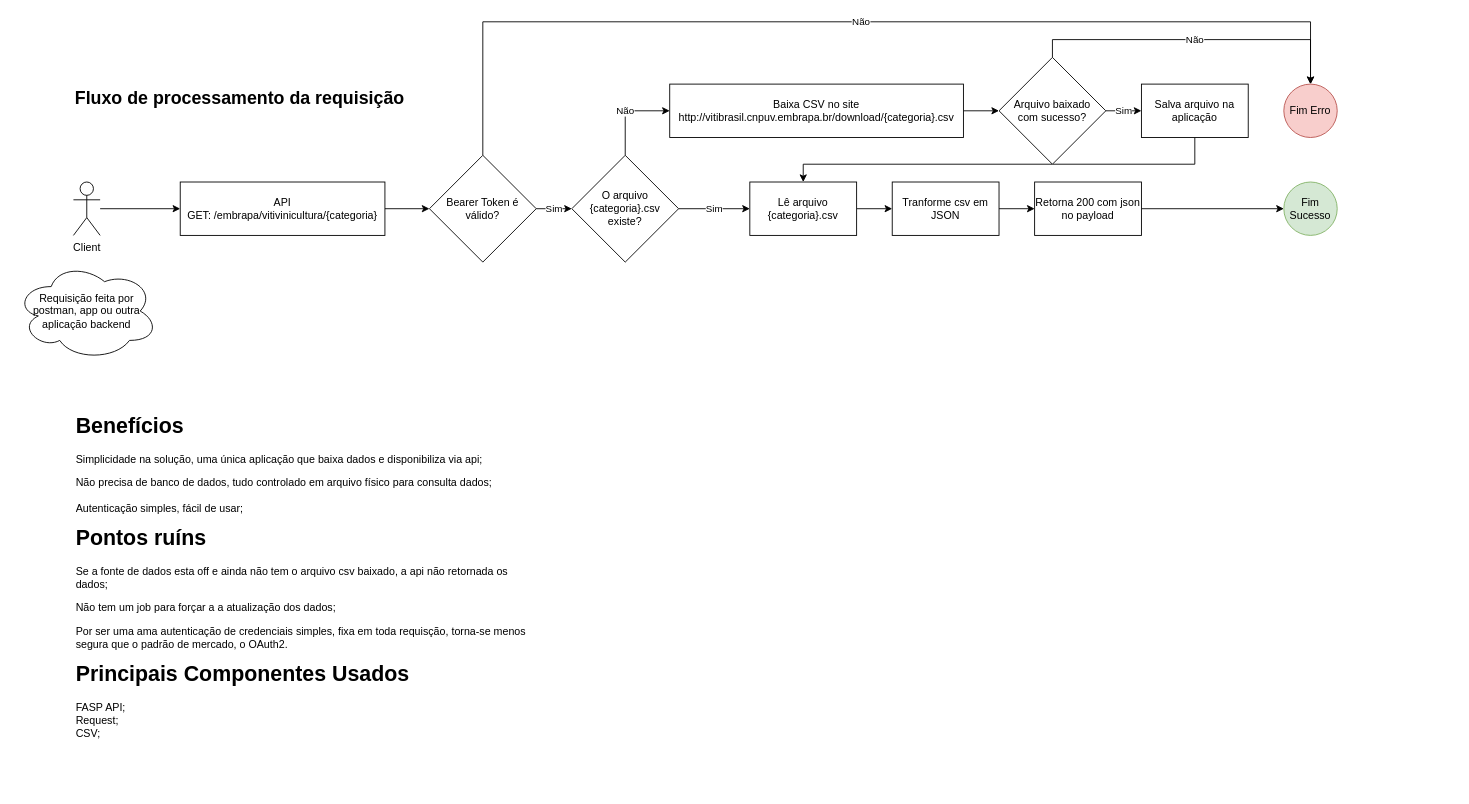
rodrigorizandobr/fiap-tech-challenge-1 keeps this draw.io diagram as arquitetura.drawio. Above is the earlier version. Source tidied: cells renumbered, new cells numbered last; positions are measured from the earlier drawing's top-left corner, leaving out a move shared by most shapes. Both pictures are drawn from the tidied source at 89%, with x=0, y=0 at pixel (15, 21).
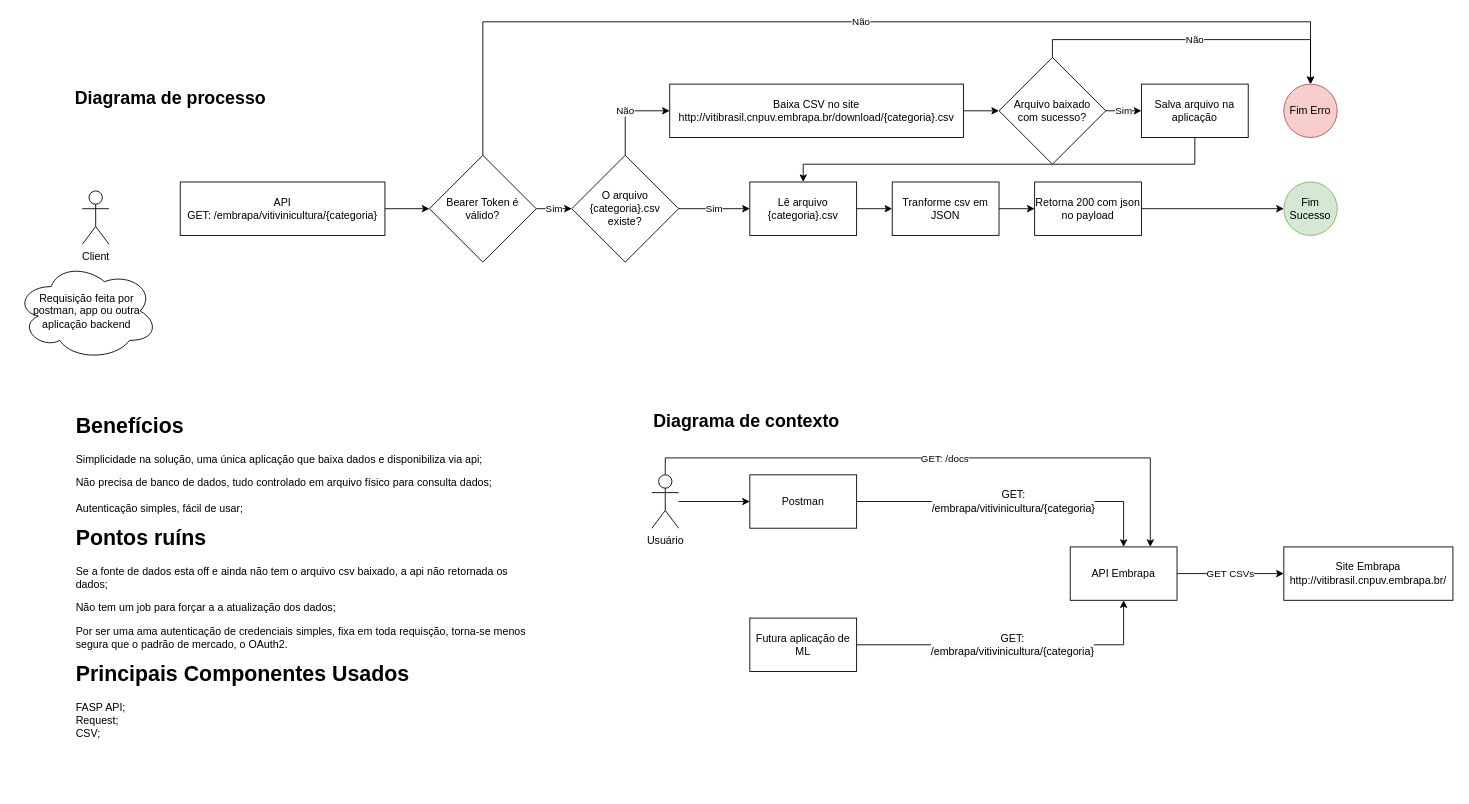
Above is the later version.

Commit message (it also covers changes not shown here):
diagrama de contexto

The change refers to these unchanged cells:
```xml
<mxCell id="3" value="API&lt;br&gt;GET: /embrapa/vitivinicultura/{categoria}" style="rounded=0;whiteSpace=wrap;html=1;" parent="1" vertex="1">
  <mxGeometry x="185" y="180" width="230" height="60" as="geometry" />
</mxCell>
```

Change to the diagram source:
```diff
@@
-    <mxCell id="4" style="edgeStyle=orthogonalEdgeStyle;rounded=0;jettySize=auto;html=1;" parent="1" edge="1" source="5" target="3">
-      <mxGeometry relative="1" as="geometry" />
-    </mxCell>
-    <mxCell id="5" value="Client" style="shape=umlActor;verticalLabelPosition=bottom;verticalAlign=top;html=1;outlineConnect=0;" parent="1" vertex="1">
-      <mxGeometry x="65" y="180" width="30" height="60" as="geometry" />
-    </mxCell>
@@
-    <mxCell id="24" value="Fluxo de processamento da requisição" style="text;html=1;align=left;verticalAlign=middle;whiteSpace=wrap;rounded=0;fontSize=20;fontStyle=1;" parent="1" vertex="1">
+    <mxCell id="24" value="Diagrama de processo" style="text;html=1;align=left;verticalAlign=middle;whiteSpace=wrap;rounded=0;fontSize=20;fontStyle=1;" parent="1" vertex="1">
       <mxGeometry x="65" y="70" width="410" height="29" as="geometry" />
     </mxCell>
@@
+    <mxCell id="30" value="Diagrama de contexto" style="text;html=1;align=left;verticalAlign=middle;whiteSpace=wrap;rounded=0;fontSize=20;fontStyle=1;" parent="1" vertex="1">
+      <mxGeometry x="715" y="433" width="410" height="29" as="geometry" />
+    </mxCell>
+    <mxCell id="5" value="Client" style="shape=umlActor;verticalLabelPosition=bottom;verticalAlign=top;html=1;outlineConnect=0;" parent="1" vertex="1">
+      <mxGeometry x="75" y="190" width="30" height="60" as="geometry" />
+    </mxCell>
+    <mxCell id="31" value="GET CSVs" style="edgeStyle=orthogonalEdgeStyle;rounded=0;jettySize=auto;html=1;entryX=0;entryY=0.5;entryDx=0;entryDy=0;" parent="1" edge="1" source="32" target="41">
+      <mxGeometry relative="1" as="geometry" />
+    </mxCell>
+    <mxCell id="32" value="API Embrapa" style="rounded=0;whiteSpace=wrap;html=1;" parent="1" vertex="1">
+      <mxGeometry x="1185" y="590" width="120" height="60" as="geometry" />
+    </mxCell>
+    <mxCell id="33" value="&lt;span style=&quot;font-size: 12px; text-wrap-mode: wrap; background-color: rgb(251, 251, 251);&quot;&gt;GET: /embrapa/vitivinicultura/{categoria}&lt;/span&gt;" style="edgeStyle=orthogonalEdgeStyle;rounded=0;jettySize=auto;html=1;entryX=0.5;entryY=0;entryDx=0;entryDy=0;" parent="1" edge="1" source="34" target="32">
+      <mxGeometry relative="1" as="geometry" />
+    </mxCell>
+    <mxCell id="34" value="Postman" style="rounded=0;whiteSpace=wrap;html=1;" parent="1" vertex="1">
+      <mxGeometry x="825" y="509" width="120" height="60" as="geometry" />
+    </mxCell>
+    <mxCell id="35" value="&lt;span style=&quot;font-size: 12px; text-wrap-mode: wrap; background-color: rgb(251, 251, 251);&quot;&gt;GET: /embrapa/vitivinicultura/{categoria}&lt;/span&gt;" style="edgeStyle=orthogonalEdgeStyle;rounded=0;jettySize=auto;html=1;entryX=0.5;entryY=1;entryDx=0;entryDy=0;" parent="1" edge="1" source="36" target="32">
+      <mxGeometry relative="1" as="geometry" />
+    </mxCell>
+    <mxCell id="36" value="Futura aplicação de ML" style="rounded=0;whiteSpace=wrap;html=1;" parent="1" vertex="1">
+      <mxGeometry x="825" y="670" width="120" height="60" as="geometry" />
+    </mxCell>
+    <mxCell id="37" style="edgeStyle=orthogonalEdgeStyle;rounded=0;jettySize=auto;html=1;entryX=0;entryY=0.5;entryDx=0;entryDy=0;" parent="1" edge="1" source="40" target="34">
+      <mxGeometry relative="1" as="geometry" />
+    </mxCell>
+    <mxCell id="38" style="edgeStyle=orthogonalEdgeStyle;rounded=0;jettySize=auto;html=1;entryX=0.75;entryY=0;entryDx=0;entryDy=0;" parent="1" edge="1" source="40" target="32">
+      <mxGeometry relative="1" as="geometry">
+        <Array as="points">
+          <mxPoint x="730" y="490" />
+          <mxPoint x="1275" y="490" />
+        </Array>
+      </mxGeometry>
+    </mxCell>
+    <mxCell id="39" value="GET:&amp;nbsp;/docs" style="edgeLabel;html=1;align=center;verticalAlign=middle;" parent="38" vertex="1">
+      <mxGeometry relative="1" as="geometry" />
+    </mxCell>
+    <mxCell id="40" value="Usuário" style="shape=umlActor;verticalLabelPosition=bottom;verticalAlign=top;html=1;outlineConnect=0;" parent="1" vertex="1">
+      <mxGeometry x="715" y="509" width="30" height="60" as="geometry" />
+    </mxCell>
+    <mxCell id="41" value="Site Embrapa&lt;br&gt;http://vitibrasil.cnpuv.embrapa.br/" style="rounded=0;whiteSpace=wrap;html=1;" parent="1" vertex="1">
+      <mxGeometry x="1425" y="590" width="190" height="60" as="geometry" />
+    </mxCell>
```
